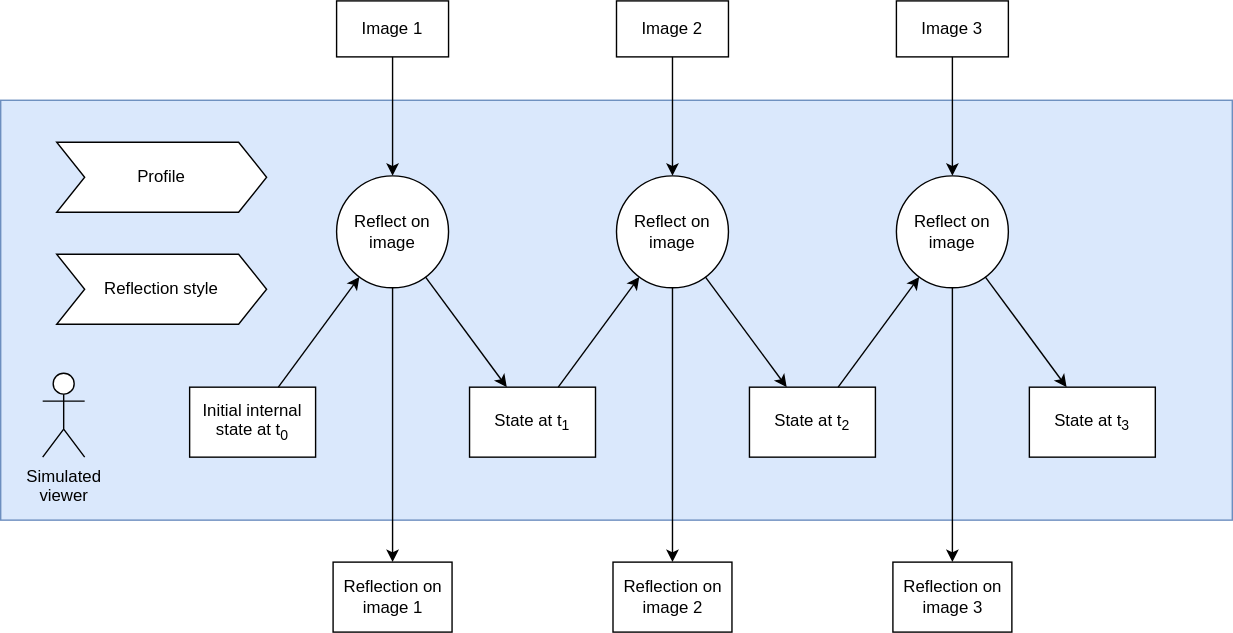
Earlier version of the draw.io export docs/architecture.svg (fredericbenard/stateful-viewers). Source tidied: cells renumbered, new cells last; positions are measured from the earlier drawing's top-left corner, leaving out a move shared by most shapes.
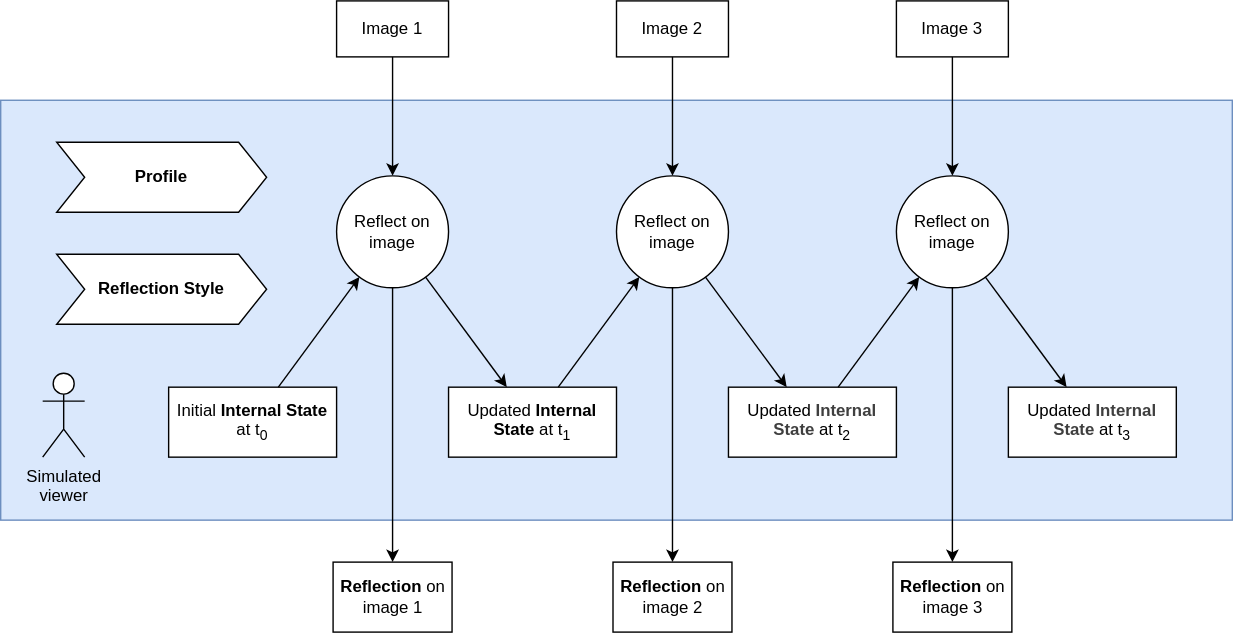
Later version of the same file.

Commit message:
Arch diagram

Diff of the diagram source:
```diff
@@ -5,17 +5,17 @@
     <mxCell id="2" style="rounded=0;whiteSpace=wrap;html=1;fillColor=#dae8fc;strokeColor=#6c8ebf;" parent="1" vertex="1">
       <mxGeometry y="71" width="880" height="300" as="geometry" />
     </mxCell>
-    <mxCell id="3" value="Initial internal state at t&lt;sub&gt;0&lt;/sub&gt;" style="rounded=0;whiteSpace=wrap;html=1;" parent="1" vertex="1">
-      <mxGeometry x="135" y="276" width="90" height="50" as="geometry" />
+    <mxCell id="3" value="Initial &lt;b&gt;Internal State&lt;/b&gt; at t&lt;sub&gt;0&lt;/sub&gt;" style="rounded=0;whiteSpace=wrap;html=1;" parent="1" vertex="1">
+      <mxGeometry x="120" y="276" width="120" height="50" as="geometry" />
     </mxCell>
-    <mxCell id="4" value="State at t&lt;sub&gt;1&lt;/sub&gt;" style="rounded=0;whiteSpace=wrap;html=1;" parent="1" vertex="1">
-      <mxGeometry x="335" y="276" width="90" height="50" as="geometry" />
+    <mxCell id="4" value="&lt;span style=&quot;color: rgb(0, 0, 0);&quot;&gt;Updated &lt;b&gt;Internal State&lt;/b&gt;&lt;/span&gt;&amp;nbsp;at t&lt;sub&gt;1&lt;/sub&gt;" style="rounded=0;whiteSpace=wrap;html=1;" parent="1" vertex="1">
+      <mxGeometry x="320" y="276" width="120" height="50" as="geometry" />
     </mxCell>
-    <mxCell id="5" value="State at t&lt;sub&gt;2&lt;/sub&gt;" style="rounded=0;whiteSpace=wrap;html=1;" parent="1" vertex="1">
-      <mxGeometry x="535" y="276" width="90" height="50" as="geometry" />
+    <mxCell id="5" value="&lt;span style=&quot;color: rgb(0, 0, 0);&quot;&gt;Updated&amp;nbsp;&lt;/span&gt;&lt;b style=&quot;color: rgb(63, 63, 63); scrollbar-color: rgb(226, 226, 226) rgb(251, 251, 251);&quot;&gt;Internal State&lt;/b&gt;&amp;nbsp;at t&lt;sub&gt;2&lt;/sub&gt;" style="rounded=0;whiteSpace=wrap;html=1;" parent="1" vertex="1">
+      <mxGeometry x="520" y="276" width="120" height="50" as="geometry" />
     </mxCell>
-    <mxCell id="6" value="State at t&lt;sub&gt;3&lt;/sub&gt;" style="rounded=0;whiteSpace=wrap;html=1;" parent="1" vertex="1">
-      <mxGeometry x="735" y="276" width="90" height="50" as="geometry" />
+    <mxCell id="6" value="&lt;span style=&quot;color: rgb(0, 0, 0);&quot;&gt;Updated&amp;nbsp;&lt;/span&gt;&lt;b style=&quot;color: rgb(63, 63, 63); scrollbar-color: rgb(226, 226, 226) rgb(251, 251, 251);&quot;&gt;Internal State&lt;/b&gt;&amp;nbsp;at t&lt;sub&gt;3&lt;/sub&gt;" style="rounded=0;whiteSpace=wrap;html=1;" parent="1" vertex="1">
+      <mxGeometry x="720" y="276" width="120" height="50" as="geometry" />
     </mxCell>
     <mxCell id="7" value="Simulated&lt;br&gt;viewer" style="shape=umlActor;verticalLabelPosition=bottom;verticalAlign=top;html=1;" parent="1" vertex="1">
       <mxGeometry x="30" y="266" width="30" height="60" as="geometry" />
@@ -29,10 +29,10 @@
     <mxCell id="10" value="Im&lt;span style=&quot;color: rgba(0, 0, 0, 0); font-family: monospace; font-size: 0px; text-align: start;&quot;&gt;%3CmxGraphModel%3E%3Croot%3E%3CmxCell%20id%3D%220%22%2F%3E%3CmxCell%20id%3D%221%22%20parent%3D%220%22%2F%3E%3CmxCell%20id%3D%222%22%20value%3D%22Imag%26lt%3Bspan%20style%3D%26quot%3Bcolor%3A%20rgba(0%2C%200%2C%200%2C%200)%3B%20font-family%3A%20monospace%3B%20font-size%3A%200px%3B%20text-align%3A%20start%3B%26quot%3B%26gt%3B%253CmxGraphModel%253E%253Croot%253E%253CmxCell%2520id%253D%25220%2522%252F%253E%253CmxCell%2520id%253D%25221%2522%2520parent%253D%25220%2522%252F%253E%253CmxCell%2520id%253D%25222%2522%2520value%253D%2522Profile%2522%2520style%253D%2522rounded%253D0%253BwhiteSpace%253Dwrap%253Bhtml%253D1%253B%2522%2520vertex%253D%25221%2522%2520parent%253D%25221%2522%253E%253CmxGeometry%2520x%253D%252290%2522%2520y%253D%2522260%2522%2520width%253D%2522120%2522%2520height%253D%252260%2522%2520as%253D%2522geometry%2522%252F%253E%253C%252FmxCell%253E%253C%252Froot%253E%253C%252FmxGraphModel%253E%26lt%3B%2Fspan%26gt%3Be%201%26lt%3Bspan%20style%3D%26quot%3Bcolor%3A%20rgba(0%2C%200%2C%200%2C%200)%3B%20font-family%3A%20monospace%3B%20font-size%3A%200px%3B%20text-align%3A%20start%3B%26quot%3B%26gt%3B%253CmxGraphModel%253E%253Croot%253E%253CmxCell%2520id%253D%25220%2522%252F%253E%253CmxCell%2520id%253D%25221%2522%2520parent%253D%25220%2522%252F%253E%253CmxCell%2520id%253D%25222%2522%2520value%253D%2522Profile%2522%2520style%253D%2522rounded%253D0%253BwhiteSpace%253Dwrap%253Bhtml%253D1%253B%2522%2520vertex%253D%25221%2522%2520parent%253D%25221%2522%253E%253CmxGeometry%2520x%253D%252290%2522%2520y%253D%2522260%2522%2520width%253D%2522120%2522%2520height%253D%252260%2522%2520as%253D%2522geometry%2522%252F%253E%253C%252FmxCell%253E%253C%252Froot%253E%253C%252FmxGraphModel%253E%26lt%3B%2Fspan%26gt%3B%22%20style%3D%22rounded%3D0%3BwhiteSpace%3Dwrap%3Bhtml%3D1%3B%22%20vertex%3D%221%22%20parent%3D%221%22%3E%3CmxGeometry%20x%3D%22300%22%20y%3D%22150%22%20width%3D%22120%22%20height%3D%2260%22%20as%3D%22geometry%22%2F%3E%3C%2FmxCell%3E%3C%2Froot%3E%3C%2FmxGraphModel%3E&lt;/span&gt;age 3" style="rounded=0;whiteSpace=wrap;html=1;" parent="1" vertex="1">
       <mxGeometry x="640" width="80" height="40" as="geometry" />
     </mxCell>
-    <mxCell id="11" value="Reflection on image 1" style="rounded=0;whiteSpace=wrap;html=1;" parent="1" vertex="1">
+    <mxCell id="11" value="&lt;b&gt;Reflection&lt;/b&gt; on image 1" style="rounded=0;whiteSpace=wrap;html=1;" parent="1" vertex="1">
       <mxGeometry x="237.5" y="401" width="85" height="50" as="geometry" />
     </mxCell>
-    <mxCell id="12" value="Refle&lt;span style=&quot;color: rgba(0, 0, 0, 0); font-family: monospace; font-size: 0px; text-align: start;&quot;&gt;%3CmxGraphModel%3E%3Croot%3E%3CmxCell%20id%3D%220%22%2F%3E%3CmxCell%20id%3D%221%22%20parent%3D%220%22%2F%3E%3CmxCell%20id%3D%222%22%20value%3D%22Reflection%20about%20image%201%22%20style%3D%22rounded%3D0%3BwhiteSpace%3Dwrap%3Bhtml%3D1%3B%22%20vertex%3D%221%22%20parent%3D%221%22%3E%3CmxGeometry%20x%3D%22290%22%20y%3D%22300%22%20width%3D%22120%22%20height%3D%2260%22%20as%3D%22geometry%22%2F%3E%3C%2FmxCell%3E%3C%2Froot%3E%3C%2FmxGraphModel%3E&lt;/span&gt;ction on image 3&lt;span style=&quot;color: rgba(0, 0, 0, 0); font-family: monospace; font-size: 0px; text-align: start;&quot;&gt;%3CmxGraphModel%3E%3Croot%3E%3CmxCell%20id%3D%220%22%2F%3E%3CmxCell%20id%3D%221%22%20parent%3D%220%22%2F%3E%3CmxCell%20id%3D%222%22%20value%3D%22Reflection%20about%20image%201%22%20style%3D%22rounded%3D0%3BwhiteSpace%3Dwrap%3Bhtml%3D1%3B%22%20vertex%3D%221%22%20parent%3D%221%22%3E%3CmxGeometry%20x%3D%22290%22%20y%3D%22300%22%20width%3D%22120%22%20height%3D%2260%22%20as%3D%22geometry%22%2F%3E%3C%2FmxCell%3E%3C%2Froot%3E%3C%2FmxGraphModel%3E&lt;/span&gt;" style="rounded=0;whiteSpace=wrap;html=1;" parent="1" vertex="1">
+    <mxCell id="12" value="&lt;b&gt;Refle&lt;span style=&quot;color: rgba(0, 0, 0, 0); font-family: monospace; font-size: 0px; text-align: start;&quot;&gt;%3CmxGraphModel%3E%3Croot%3E%3CmxCell%20id%3D%220%22%2F%3E%3CmxCell%20id%3D%221%22%20parent%3D%220%22%2F%3E%3CmxCell%20id%3D%222%22%20value%3D%22Reflection%20about%20image%201%22%20style%3D%22rounded%3D0%3BwhiteSpace%3Dwrap%3Bhtml%3D1%3B%22%20vertex%3D%221%22%20parent%3D%221%22%3E%3CmxGeometry%20x%3D%22290%22%20y%3D%22300%22%20width%3D%22120%22%20height%3D%2260%22%20as%3D%22geometry%22%2F%3E%3C%2FmxCell%3E%3C%2Froot%3E%3C%2FmxGraphModel%3E&lt;/span&gt;ction&lt;/b&gt; on image 3&lt;span style=&quot;color: rgba(0, 0, 0, 0); font-family: monospace; font-size: 0px; text-align: start;&quot;&gt;%3CmxGraphModel%3E%3Croot%3E%3CmxCell%20id%3D%220%22%2F%3E%3CmxCell%20id%3D%221%22%20parent%3D%220%22%2F%3E%3CmxCell%20id%3D%222%22%20value%3D%22Reflection%20about%20image%201%22%20style%3D%22rounded%3D0%3BwhiteSpace%3Dwrap%3Bhtml%3D1%3B%22%20vertex%3D%221%22%20parent%3D%221%22%3E%3CmxGeometry%20x%3D%22290%22%20y%3D%22300%22%20width%3D%22120%22%20height%3D%2260%22%20as%3D%22geometry%22%2F%3E%3C%2FmxCell%3E%3C%2Froot%3E%3C%2FmxGraphModel%3E&lt;/span&gt;" style="rounded=0;whiteSpace=wrap;html=1;" parent="1" vertex="1">
       <mxGeometry x="637.5" y="401" width="85" height="50" as="geometry" />
     </mxCell>
     <mxCell id="13" style="endArrow=classic;html=1;" parent="1" edge="1" source="8" target="15">
@@ -65,7 +65,7 @@
     <mxCell id="22" style="endArrow=classic;html=1;" parent="1" edge="1" source="4" target="18">
       <mxGeometry relative="1" as="geometry" />
     </mxCell>
-    <mxCell id="23" value="Reflection on image 2" style="rounded=0;whiteSpace=wrap;html=1;" parent="1" vertex="1">
+    <mxCell id="23" value="&lt;b&gt;Reflection&lt;/b&gt; on image 2" style="rounded=0;whiteSpace=wrap;html=1;" parent="1" vertex="1">
       <mxGeometry x="437.5" y="401" width="85" height="50" as="geometry" />
     </mxCell>
     <mxCell id="24" value="&lt;span style=&quot;color: rgb(0, 0, 0);&quot;&gt;Reflect on image&lt;/span&gt;" style="ellipse;whiteSpace=wrap;html=1;" parent="1" vertex="1">
@@ -83,10 +83,10 @@
     <mxCell id="28" style="endArrow=classic;html=1;" parent="1" edge="1" source="5" target="24">
       <mxGeometry relative="1" as="geometry" />
     </mxCell>
-    <mxCell id="29" value="Profile" style="shape=step;perimeter=stepPerimeter;whiteSpace=wrap;html=1;fixedSize=1;" parent="1" vertex="1">
+    <mxCell id="29" value="&lt;b&gt;Profile&lt;/b&gt;" style="shape=step;perimeter=stepPerimeter;whiteSpace=wrap;html=1;fixedSize=1;" parent="1" vertex="1">
       <mxGeometry x="40" y="101" width="150" height="50" as="geometry" />
     </mxCell>
-    <mxCell id="30" value="Reflection style" style="shape=step;perimeter=stepPerimeter;whiteSpace=wrap;html=1;fixedSize=1;" parent="1" vertex="1">
+    <mxCell id="30" value="&lt;b&gt;Reflection Style&lt;/b&gt;" style="shape=step;perimeter=stepPerimeter;whiteSpace=wrap;html=1;fixedSize=1;" parent="1" vertex="1">
       <mxGeometry x="40" y="181" width="150" height="50" as="geometry" />
     </mxCell>
   </root>
```
